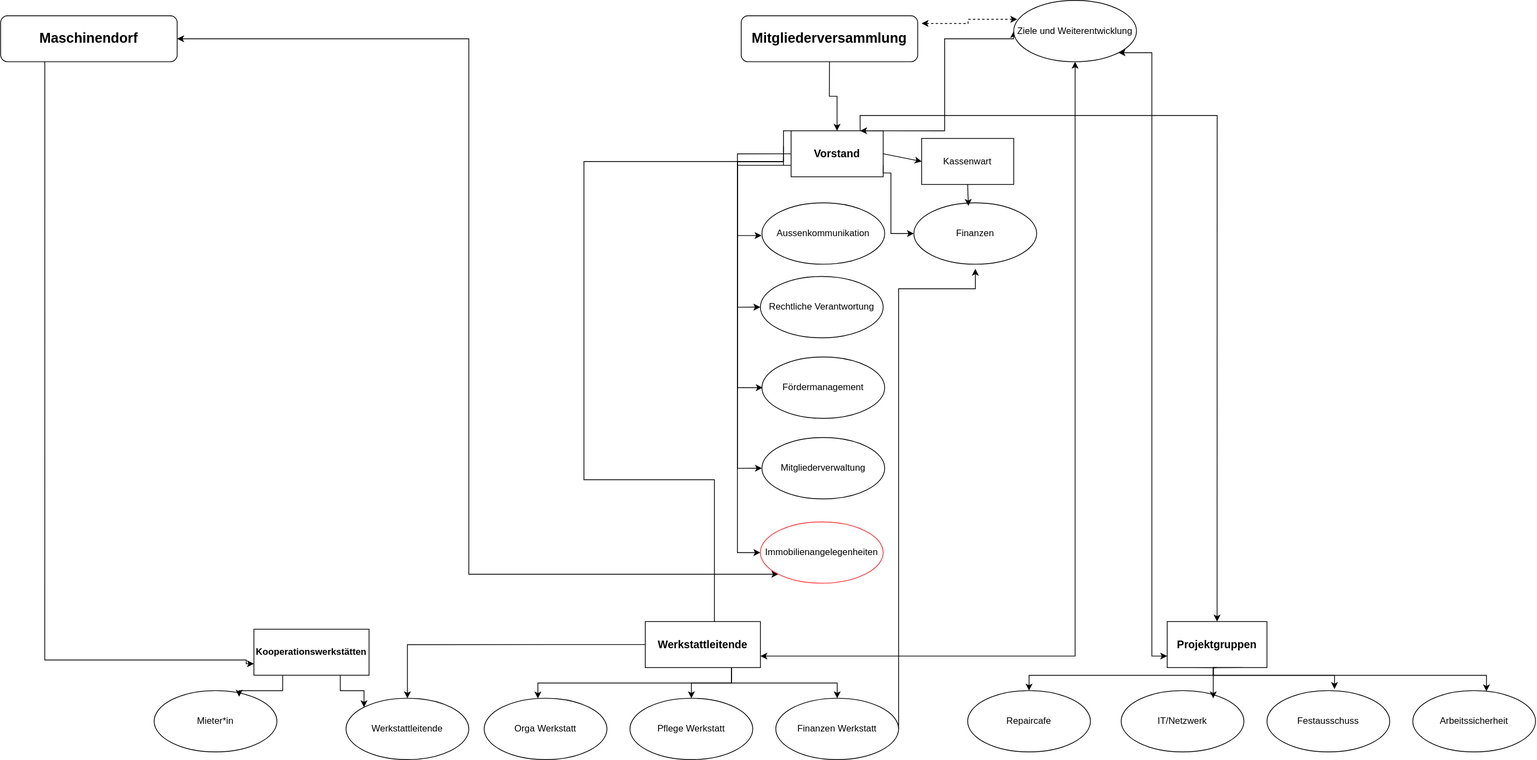
This is Garagelab.drawio.svg from garagelab-dus/organigram, a draw.io export, as it was before one commit. Source tidied: cells renumbered, new cells last; positions are measured from the earlier drawing's top-left corner, leaving out a move shared by most shapes. The source it was exported from:
```xml
<mxGraphModel>
  <root>
    <mxCell id="0" />
    <mxCell id="1" parent="0" />
    <mxCell id="2" style="rounded=0;jettySize=auto;html=1;exitX=1;exitY=0.5;exitDx=0;exitDy=0;entryX=0;entryY=0.5;entryDx=0;entryDy=0;" parent="1" edge="1" source="7" target="9">
      <mxGeometry relative="1" as="geometry" />
    </mxCell>
    <mxCell id="3" style="edgeStyle=orthogonalEdgeStyle;rounded=0;jettySize=auto;html=1;exitX=0;exitY=0;exitDx=0;exitDy=0;entryX=0;entryY=0.25;entryDx=0;entryDy=0;" parent="1" edge="1" source="7" target="21">
      <mxGeometry relative="1" as="geometry">
        <Array as="points">
          <mxPoint x="1020" y="210" />
          <mxPoint x="760" y="210" />
          <mxPoint x="760" y="625" />
          <mxPoint x="930" y="625" />
          <mxPoint x="930" y="825" />
        </Array>
      </mxGeometry>
    </mxCell>
    <mxCell id="4" style="edgeStyle=orthogonalEdgeStyle;rounded=0;jettySize=auto;html=1;exitX=0.75;exitY=0;exitDx=0;exitDy=0;entryX=0.5;entryY=0;entryDx=0;entryDy=0;" parent="1" edge="1" source="7" target="31">
      <mxGeometry relative="1" as="geometry" />
    </mxCell>
    <mxCell id="5" style="edgeStyle=orthogonalEdgeStyle;rounded=0;jettySize=auto;html=1;exitX=0;exitY=0.75;exitDx=0;exitDy=0;entryX=0;entryY=0.5;entryDx=0;entryDy=0;" parent="1" edge="1" source="7" target="39">
      <mxGeometry relative="1" as="geometry">
        <Array as="points">
          <mxPoint x="960" y="215" />
          <mxPoint x="960" y="610" />
        </Array>
      </mxGeometry>
    </mxCell>
    <mxCell id="6" style="edgeStyle=orthogonalEdgeStyle;rounded=0;jettySize=auto;html=1;exitX=0;exitY=0.5;exitDx=0;exitDy=0;entryX=0;entryY=0.5;entryDx=0;entryDy=0;" parent="1" edge="1" source="7" target="41">
      <mxGeometry relative="1" as="geometry">
        <Array as="points">
          <mxPoint x="960" y="200" />
          <mxPoint x="960" y="720" />
        </Array>
      </mxGeometry>
    </mxCell>
    <mxCell id="7" value="&lt;h3&gt;Vorstand&lt;/h3&gt;" style="rounded=0;whiteSpace=wrap;html=1;" parent="1" vertex="1">
      <mxGeometry x="1029.9" y="170" width="120" height="60" as="geometry" />
    </mxCell>
    <mxCell id="8" style="edgeStyle=orthogonalEdgeStyle;rounded=0;jettySize=auto;html=1;entryX=0;entryY=0.5;entryDx=0;entryDy=0;exitX=1;exitY=0.75;exitDx=0;exitDy=0;" parent="1" edge="1" source="7" target="14">
      <mxGeometry relative="1" as="geometry">
        <Array as="points">
          <mxPoint x="1159.9" y="225" />
          <mxPoint x="1159.9" y="304" />
        </Array>
      </mxGeometry>
    </mxCell>
    <mxCell id="9" value="Kassenwart" style="rounded=0;whiteSpace=wrap;html=1;" parent="1" vertex="1">
      <mxGeometry x="1200" y="180" width="120" height="60" as="geometry" />
    </mxCell>
    <mxCell id="10" style="edgeStyle=orthogonalEdgeStyle;rounded=0;jettySize=auto;html=1;exitX=0.5;exitY=1;exitDx=0;exitDy=0;" parent="1" edge="1" source="12" target="7">
      <mxGeometry relative="1" as="geometry" />
    </mxCell>
    <mxCell id="11" style="edgeStyle=orthogonalEdgeStyle;rounded=0;jettySize=auto;html=1;entryX=0.029;entryY=0.308;entryDx=0;entryDy=0;startArrow=classic;startFill=1;dashed=1;entryPerimeter=0;" parent="1" edge="1" target="45">
      <mxGeometry relative="1" as="geometry">
        <mxPoint x="1200" y="30" as="sourcePoint" />
      </mxGeometry>
    </mxCell>
    <mxCell id="12" value="&lt;h2&gt;Mitgliederversammlung&lt;/h2&gt;" style="rounded=1;whiteSpace=wrap;html=1;" parent="1" vertex="1">
      <mxGeometry x="964.9" y="20" width="230" height="60" as="geometry" />
    </mxCell>
    <mxCell id="13" value="Aussenkommunikation" style="ellipse;whiteSpace=wrap;html=1;" parent="1" vertex="1">
      <mxGeometry x="991.9" y="264" width="160" height="80" as="geometry" />
    </mxCell>
    <mxCell id="14" value="Finanzen" style="ellipse;whiteSpace=wrap;html=1;" parent="1" vertex="1">
      <mxGeometry x="1189.9" y="264" width="160" height="80" as="geometry" />
    </mxCell>
    <mxCell id="15" value="Rechtliche Verantwortung" style="ellipse;whiteSpace=wrap;html=1;" parent="1" vertex="1">
      <mxGeometry x="989.9" y="360" width="160" height="80" as="geometry" />
    </mxCell>
    <mxCell id="16" value="Fördermanagement" style="ellipse;whiteSpace=wrap;html=1;" parent="1" vertex="1">
      <mxGeometry x="991.9" y="465" width="160" height="80" as="geometry" />
    </mxCell>
    <mxCell id="17" style="endArrow=classic;html=1;rounded=0;exitX=0.5;exitY=1;exitDx=0;exitDy=0;entryX=0.444;entryY=0.05;entryDx=0;entryDy=0;entryPerimeter=0;" parent="1" edge="1" source="9" target="14">
      <mxGeometry relative="1" as="geometry" />
    </mxCell>
    <mxCell id="18" style="edgeStyle=orthogonalEdgeStyle;rounded=0;jettySize=auto;html=1;exitX=0.75;exitY=1;exitDx=0;exitDy=0;entryX=0.5;entryY=0;entryDx=0;entryDy=0;" parent="1" edge="1" source="21" target="25">
      <mxGeometry relative="1" as="geometry" />
    </mxCell>
    <mxCell id="19" style="edgeStyle=orthogonalEdgeStyle;rounded=0;jettySize=auto;html=1;exitX=0.75;exitY=1;exitDx=0;exitDy=0;" parent="1" edge="1" source="21" target="23">
      <mxGeometry relative="1" as="geometry" />
    </mxCell>
    <mxCell id="20" style="edgeStyle=orthogonalEdgeStyle;rounded=0;jettySize=auto;html=1;exitX=0;exitY=0.5;exitDx=0;exitDy=0;entryX=0.5;entryY=0;entryDx=0;entryDy=0;" parent="1" edge="1" source="21" target="48">
      <mxGeometry relative="1" as="geometry" />
    </mxCell>
    <mxCell id="21" value="&lt;h3&gt;Werkstattleitende&lt;/h3&gt;" style="rounded=0;whiteSpace=wrap;html=1;" parent="1" vertex="1">
      <mxGeometry x="839.9" y="810" width="150" height="60" as="geometry" />
    </mxCell>
    <mxCell id="22" value="Orga Werkstatt" style="ellipse;whiteSpace=wrap;html=1;" parent="1" vertex="1">
      <mxGeometry x="630" y="910" width="160" height="80" as="geometry" />
    </mxCell>
    <mxCell id="23" value="Pflege Werkstatt" style="ellipse;whiteSpace=wrap;html=1;" parent="1" vertex="1">
      <mxGeometry x="820" y="910" width="160" height="80" as="geometry" />
    </mxCell>
    <mxCell id="24" style="edgeStyle=orthogonalEdgeStyle;rounded=0;jettySize=auto;html=1;exitX=1;exitY=0.5;exitDx=0;exitDy=0;" parent="1" edge="1" source="25">
      <mxGeometry relative="1" as="geometry">
        <mxPoint x="1270" y="350" as="targetPoint" />
        <Array as="points">
          <mxPoint x="1170" y="376" />
          <mxPoint x="1270" y="376" />
        </Array>
      </mxGeometry>
    </mxCell>
    <mxCell id="25" value="Finanzen Werkstatt" style="ellipse;whiteSpace=wrap;html=1;" parent="1" vertex="1">
      <mxGeometry x="1010" y="910" width="160" height="80" as="geometry" />
    </mxCell>
    <mxCell id="26" style="edgeStyle=orthogonalEdgeStyle;rounded=0;jettySize=auto;html=1;exitX=0.75;exitY=1;exitDx=0;exitDy=0;" parent="1" edge="1" source="21" target="22">
      <mxGeometry relative="1" as="geometry">
        <Array as="points">
          <mxPoint x="953" y="890" />
          <mxPoint x="700" y="890" />
        </Array>
      </mxGeometry>
    </mxCell>
    <mxCell id="27" style="edgeStyle=orthogonalEdgeStyle;rounded=0;jettySize=auto;html=1;exitX=0;exitY=0.5;exitDx=0;exitDy=0;entryX=-0.003;entryY=0.533;entryDx=0;entryDy=0;entryPerimeter=0;" parent="1" edge="1" target="13">
      <mxGeometry relative="1" as="geometry">
        <mxPoint x="1019.9" y="206" as="sourcePoint" />
        <Array as="points">
          <mxPoint x="1020" y="210" />
          <mxPoint x="960" y="210" />
          <mxPoint x="960" y="307" />
        </Array>
      </mxGeometry>
    </mxCell>
    <mxCell id="28" style="edgeStyle=orthogonalEdgeStyle;rounded=0;jettySize=auto;html=1;exitX=0;exitY=0.75;exitDx=0;exitDy=0;entryX=0;entryY=0.5;entryDx=0;entryDy=0;" parent="1" edge="1" target="15">
      <mxGeometry relative="1" as="geometry">
        <mxPoint x="1019.9" y="215" as="sourcePoint" />
        <Array as="points">
          <mxPoint x="1020" y="210" />
          <mxPoint x="960" y="210" />
          <mxPoint x="960" y="400" />
        </Array>
      </mxGeometry>
    </mxCell>
    <mxCell id="29" style="edgeStyle=orthogonalEdgeStyle;rounded=0;orthogonalLoop=1;jettySize=auto;html=1;exitX=0;exitY=0.25;exitDx=0;exitDy=0;" parent="1" edge="1">
      <mxGeometry relative="1" as="geometry">
        <mxPoint x="1019.9" y="190" as="sourcePoint" />
        <mxPoint x="993" y="505" as="targetPoint" />
        <Array as="points">
          <mxPoint x="1020" y="210" />
          <mxPoint x="960" y="210" />
          <mxPoint x="960" y="505" />
        </Array>
      </mxGeometry>
    </mxCell>
    <mxCell id="30" style="edgeStyle=orthogonalEdgeStyle;rounded=0;jettySize=auto;html=1;exitX=0.25;exitY=1;exitDx=0;exitDy=0;" parent="1" edge="1" source="31" target="32">
      <mxGeometry relative="1" as="geometry">
        <Array as="points">
          <mxPoint x="1580" y="870" />
          <mxPoint x="1580" y="880" />
          <mxPoint x="1340" y="880" />
        </Array>
      </mxGeometry>
    </mxCell>
    <mxCell id="31" value="&lt;h3&gt;Projektgruppen&lt;/h3&gt;" style="rounded=0;whiteSpace=wrap;html=1;" parent="1" vertex="1">
      <mxGeometry x="1520" y="810" width="130" height="60" as="geometry" />
    </mxCell>
    <mxCell id="32" value="Repaircafe" style="ellipse;whiteSpace=wrap;html=1;" parent="1" vertex="1">
      <mxGeometry x="1260" y="900" width="160" height="80" as="geometry" />
    </mxCell>
    <mxCell id="33" value="IT/Netzwerk" style="ellipse;whiteSpace=wrap;html=1;" parent="1" vertex="1">
      <mxGeometry x="1460" y="900" width="160" height="80" as="geometry" />
    </mxCell>
    <mxCell id="34" value="Festausschuss" style="ellipse;whiteSpace=wrap;html=1;" parent="1" vertex="1">
      <mxGeometry x="1650" y="900" width="160" height="80" as="geometry" />
    </mxCell>
    <mxCell id="35" value="Arbeitssicherheit" style="ellipse;whiteSpace=wrap;html=1;" parent="1" vertex="1">
      <mxGeometry x="1840" y="900" width="160" height="80" as="geometry" />
    </mxCell>
    <mxCell id="36" style="edgeStyle=orthogonalEdgeStyle;rounded=0;jettySize=auto;html=1;exitX=0.5;exitY=1;exitDx=0;exitDy=0;entryX=0.744;entryY=0.125;entryDx=0;entryDy=0;entryPerimeter=0;" parent="1" edge="1" source="31" target="33">
      <mxGeometry relative="1" as="geometry">
        <Array as="points">
          <mxPoint x="1580" y="870" />
          <mxPoint x="1580" y="910" />
        </Array>
      </mxGeometry>
    </mxCell>
    <mxCell id="37" style="edgeStyle=orthogonalEdgeStyle;rounded=0;jettySize=auto;html=1;exitX=0.75;exitY=1;exitDx=0;exitDy=0;entryX=0.55;entryY=-0.025;entryDx=0;entryDy=0;entryPerimeter=0;" parent="1" edge="1" source="31" target="34">
      <mxGeometry relative="1" as="geometry">
        <Array as="points">
          <mxPoint x="1580" y="870" />
          <mxPoint x="1580" y="880" />
          <mxPoint x="1738" y="880" />
        </Array>
      </mxGeometry>
    </mxCell>
    <mxCell id="38" style="edgeStyle=orthogonalEdgeStyle;rounded=0;jettySize=auto;html=1;exitX=0.5;exitY=1;exitDx=0;exitDy=0;entryX=0.6;entryY=0.013;entryDx=0;entryDy=0;entryPerimeter=0;" parent="1" edge="1" source="31" target="35">
      <mxGeometry relative="1" as="geometry">
        <Array as="points">
          <mxPoint x="1580" y="870" />
          <mxPoint x="1580" y="880" />
          <mxPoint x="1936" y="880" />
        </Array>
      </mxGeometry>
    </mxCell>
    <mxCell id="39" value="Mitgliederverwaltung" style="ellipse;whiteSpace=wrap;html=1;" parent="1" vertex="1">
      <mxGeometry x="991.9" y="570" width="160" height="80" as="geometry" />
    </mxCell>
    <mxCell id="40" style="edgeStyle=orthogonalEdgeStyle;rounded=0;jettySize=auto;html=1;exitX=0;exitY=1;exitDx=0;exitDy=0;entryX=1;entryY=0.5;entryDx=0;entryDy=0;startArrow=classic;startFill=1;" parent="1" edge="1" source="41" target="51">
      <mxGeometry relative="1" as="geometry" />
    </mxCell>
    <mxCell id="41" value="Immobilienangelegenheiten" style="ellipse;whiteSpace=wrap;html=1;strokeColor=#FF3333;" parent="1" vertex="1">
      <mxGeometry x="989.9" y="680" width="160" height="80" as="geometry" />
    </mxCell>
    <mxCell id="42" style="edgeStyle=orthogonalEdgeStyle;rounded=0;jettySize=auto;html=1;exitX=0;exitY=0.5;exitDx=0;exitDy=0;entryX=0.75;entryY=0;entryDx=0;entryDy=0;startArrow=classic;startFill=1;" parent="1" edge="1" source="45" target="7">
      <mxGeometry relative="1" as="geometry">
        <Array as="points">
          <mxPoint x="1230" y="50" />
          <mxPoint x="1230" y="170" />
        </Array>
      </mxGeometry>
    </mxCell>
    <mxCell id="43" style="edgeStyle=orthogonalEdgeStyle;rounded=0;jettySize=auto;html=1;exitX=0.5;exitY=1;exitDx=0;exitDy=0;entryX=1;entryY=0.75;entryDx=0;entryDy=0;startArrow=classic;startFill=1;" parent="1" edge="1" source="45" target="21">
      <mxGeometry relative="1" as="geometry" />
    </mxCell>
    <mxCell id="44" style="edgeStyle=orthogonalEdgeStyle;rounded=0;jettySize=auto;html=1;exitX=1;exitY=1;exitDx=0;exitDy=0;entryX=0;entryY=0.75;entryDx=0;entryDy=0;startArrow=classic;startFill=1;" parent="1" edge="1" source="45" target="31">
      <mxGeometry relative="1" as="geometry" />
    </mxCell>
    <mxCell id="45" value="Ziele und Weiterentwicklung" style="ellipse;whiteSpace=wrap;html=1;" parent="1" vertex="1">
      <mxGeometry x="1320" width="160" height="80" as="geometry" />
    </mxCell>
    <mxCell id="46" style="edgeStyle=orthogonalEdgeStyle;rounded=0;jettySize=auto;html=1;exitX=0.75;exitY=1;exitDx=0;exitDy=0;entryX=0;entryY=0;entryDx=0;entryDy=0;" parent="1" edge="1" source="47" target="48">
      <mxGeometry relative="1" as="geometry" />
    </mxCell>
    <mxCell id="47" value="&lt;b&gt;Kooperationswerkstätten&lt;/b&gt;" style="rounded=0;whiteSpace=wrap;html=1;" parent="1" vertex="1">
      <mxGeometry x="330" y="820" width="150" height="60" as="geometry" />
    </mxCell>
    <mxCell id="48" value="Werkstattleitende" style="ellipse;whiteSpace=wrap;html=1;" parent="1" vertex="1">
      <mxGeometry x="450" y="910" width="160" height="80" as="geometry" />
    </mxCell>
    <mxCell id="49" value="Mieter*in" style="ellipse;whiteSpace=wrap;html=1;" parent="1" vertex="1">
      <mxGeometry x="200" y="900" width="160" height="80" as="geometry" />
    </mxCell>
    <mxCell id="50" style="edgeStyle=orthogonalEdgeStyle;rounded=0;jettySize=auto;html=1;exitX=0.25;exitY=1;exitDx=0;exitDy=0;entryX=0;entryY=0.75;entryDx=0;entryDy=0;" parent="1" edge="1" source="51" target="47">
      <mxGeometry relative="1" as="geometry">
        <Array as="points">
          <mxPoint x="58" y="860" />
          <mxPoint x="320" y="860" />
        </Array>
      </mxGeometry>
    </mxCell>
    <mxCell id="51" value="&lt;h2&gt;Maschinendorf&lt;/h2&gt;" style="rounded=1;whiteSpace=wrap;html=1;" parent="1" vertex="1">
      <mxGeometry y="20" width="230" height="60" as="geometry" />
    </mxCell>
    <mxCell id="52" style="edgeStyle=orthogonalEdgeStyle;rounded=0;jettySize=auto;html=1;exitX=0.25;exitY=1;exitDx=0;exitDy=0;entryX=0.692;entryY=0.1;entryDx=0;entryDy=0;entryPerimeter=0;" parent="1" edge="1" source="47" target="49">
      <mxGeometry relative="1" as="geometry" />
    </mxCell>
  </root>
</mxGraphModel>
```
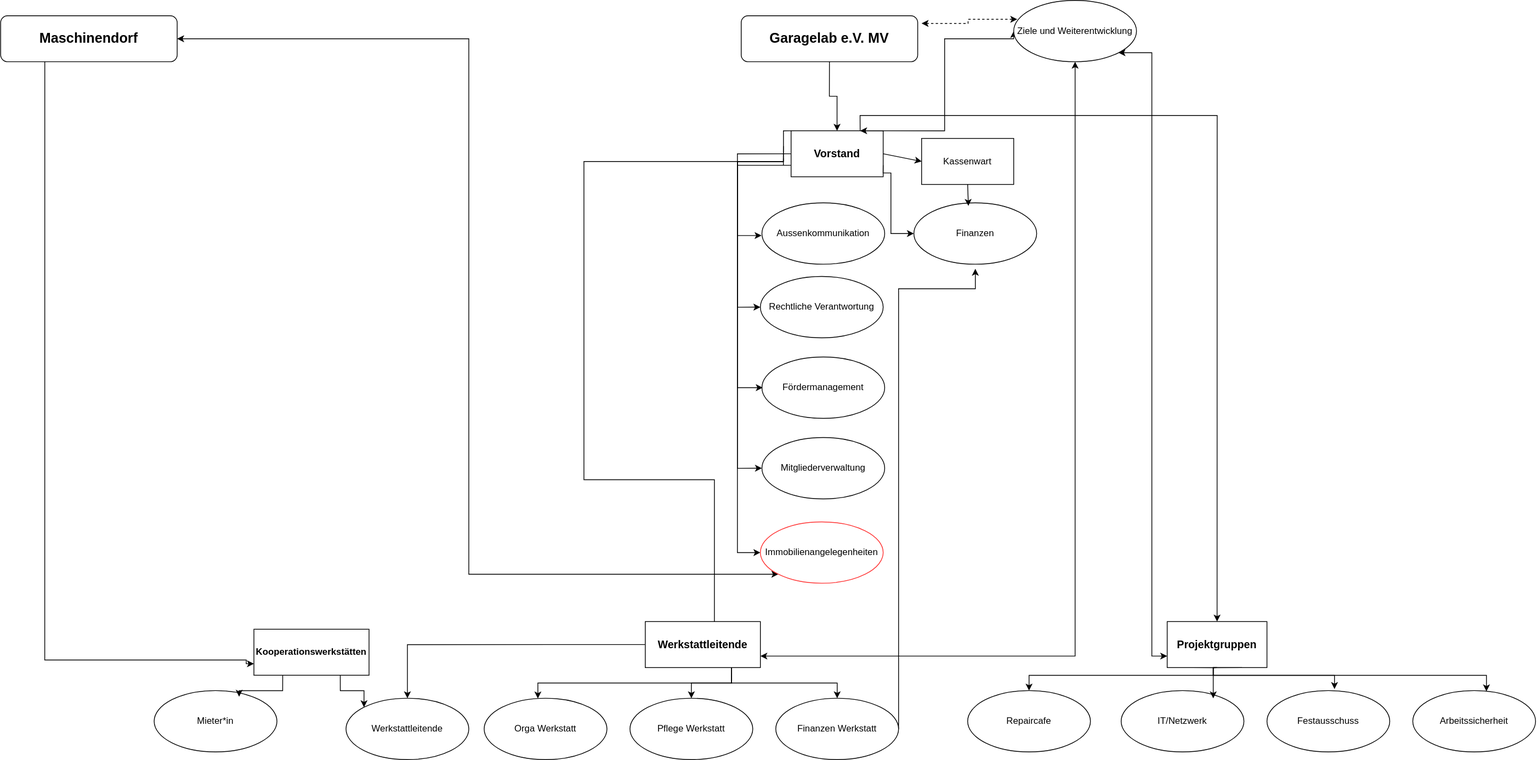
Above is the later version.

What changed in the source:
```diff
@@ -57,7 +57,7 @@
         <mxPoint x="1200" y="30" as="sourcePoint" />
       </mxGeometry>
     </mxCell>
-    <mxCell id="12" value="&lt;h2&gt;Mitgliederversammlung&lt;/h2&gt;" style="rounded=1;whiteSpace=wrap;html=1;" parent="1" vertex="1">
+    <mxCell id="12" value="&lt;b&gt;&lt;font style=&quot;font-size: 18px;&quot;&gt;Garagelab e.V. MV&lt;/font&gt;&lt;/b&gt;" style="rounded=1;whiteSpace=wrap;html=1;" parent="1" vertex="1">
       <mxGeometry x="964.9" y="20" width="230" height="60" as="geometry" />
     </mxCell>
     <mxCell id="13" value="Aussenkommunikation" style="ellipse;whiteSpace=wrap;html=1;" parent="1" vertex="1">
```
